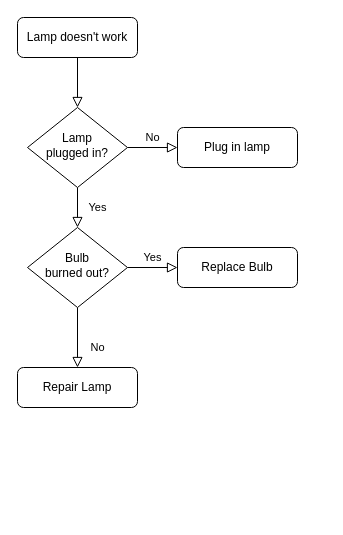
The draw.io diagram diagram/flow.drawio in huhu6608/3Paths_UPS, before the edit. Source tidied: cells renumbered, new cells numbered last; positions are measured from the earlier drawing's top-left corner, leaving out a move shared by most shapes. Both pictures are drawn from the tidied source at 100%, with x=0, y=0 at pixel (17, 17).
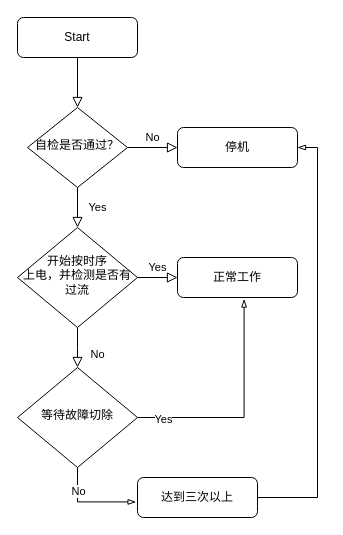
After the change.

What changed in the source:
```diff
@@
-    <mxCell id="3" value="Lamp doesn't work" style="rounded=1;whiteSpace=wrap;html=1;fontSize=12;glass=0;strokeWidth=1;shadow=0;" parent="1" vertex="1">
+    <mxCell id="3" value="Start" style="rounded=1;whiteSpace=wrap;html=1;fontSize=12;glass=0;strokeWidth=1;shadow=0;" parent="1" vertex="1">
       <mxGeometry width="120" height="40" as="geometry" />
     </mxCell>
@@
-    <mxCell id="6" value="Lamp&lt;br&gt;plugged in?" style="rhombus;whiteSpace=wrap;html=1;shadow=0;fontFamily=Helvetica;fontSize=12;align=center;strokeWidth=1;spacing=6;spacingTop=-4;" parent="1" vertex="1">
+    <mxCell id="6" value="&lt;font style=&quot;font-size: 12px&quot;&gt;自检是否通过？&lt;/font&gt;" style="rhombus;whiteSpace=wrap;html=1;shadow=0;fontFamily=Helvetica;fontSize=12;align=center;strokeWidth=1;spacing=6;spacingTop=-4;" parent="1" vertex="1">
       <mxGeometry x="10" y="90" width="100" height="80" as="geometry" />
     </mxCell>
-    <mxCell id="7" value="Plug in lamp" style="rounded=1;whiteSpace=wrap;html=1;fontSize=12;glass=0;strokeWidth=1;shadow=0;" parent="1" vertex="1">
+    <mxCell id="7" value="停机" style="rounded=1;whiteSpace=wrap;html=1;fontSize=12;glass=0;strokeWidth=1;shadow=0;" parent="1" vertex="1">
       <mxGeometry x="160" y="110" width="120" height="40" as="geometry" />
     </mxCell>
-    <mxCell id="8" value="No" style="rounded=0;html=1;jettySize=auto;fontSize=11;endArrow=block;endFill=0;endSize=8;strokeWidth=1;shadow=0;labelBackgroundColor=none;edgeStyle=orthogonalEdgeStyle;" parent="1" edge="1" source="10" target="11">
-      <mxGeometry x="0.33" y="20" relative="1" as="geometry" />
+    <mxCell id="8" value="No" style="rounded=0;html=1;jettySize=auto;fontSize=11;endArrow=block;endFill=0;endSize=8;strokeWidth=1;shadow=0;labelBackgroundColor=none;edgeStyle=orthogonalEdgeStyle;" parent="1" edge="1" source="10">
+      <mxGeometry x="0.33" y="20" relative="1" as="geometry">
+        <mxPoint x="60" y="350" as="targetPoint" />
+      </mxGeometry>
     </mxCell>
@@
-    <mxCell id="10" value="Bulb&lt;br&gt;burned out?" style="rhombus;whiteSpace=wrap;html=1;shadow=0;fontFamily=Helvetica;fontSize=12;align=center;strokeWidth=1;spacing=6;spacingTop=-4;" parent="1" vertex="1">
-      <mxGeometry x="10" y="210" width="100" height="80" as="geometry" />
+    <mxCell id="10" value="开始按时序&lt;br&gt;上电，并检测是否有过流" style="rhombus;whiteSpace=wrap;html=1;shadow=0;fontFamily=Helvetica;fontSize=12;align=center;strokeWidth=1;spacing=6;spacingTop=-4;" parent="1" vertex="1">
+      <mxGeometry y="210" width="120" height="100" as="geometry" />
     </mxCell>
-    <mxCell id="11" value="Repair Lamp" style="rounded=1;whiteSpace=wrap;html=1;fontSize=12;glass=0;strokeWidth=1;shadow=0;" parent="1" vertex="1">
-      <mxGeometry y="350" width="120" height="40" as="geometry" />
-    </mxCell>
-    <mxCell id="12" value="Replace Bulb" style="rounded=1;whiteSpace=wrap;html=1;fontSize=12;glass=0;strokeWidth=1;shadow=0;" parent="1" vertex="1">
-      <mxGeometry x="160" y="230" width="120" height="40" as="geometry" />
+    <mxCell id="12" value="正常工作" style="rounded=1;whiteSpace=wrap;html=1;fontSize=12;glass=0;strokeWidth=1;shadow=0;" parent="1" vertex="1">
+      <mxGeometry x="160" y="240" width="120" height="40" as="geometry" />
     </mxCell>
+    <mxCell id="13" style="edgeStyle=orthogonalEdgeStyle;rounded=0;jettySize=auto;html=1;entryX=0.555;entryY=1.039;entryDx=0;entryDy=0;entryPerimeter=0;endArrow=blockThin;endFill=0;" parent="1" edge="1" source="17" target="12">
+      <mxGeometry relative="1" as="geometry" />
+    </mxCell>
+    <mxCell id="14" value="Yes" style="edgeLabel;html=1;align=center;verticalAlign=middle;" parent="13" vertex="1">
+      <mxGeometry x="-0.78" y="-1" relative="1" as="geometry" />
+    </mxCell>
+    <mxCell id="15" style="edgeStyle=orthogonalEdgeStyle;rounded=0;jettySize=auto;html=1;exitX=0.5;exitY=1;exitDx=0;exitDy=0;entryX=-0.012;entryY=0.611;entryDx=0;entryDy=0;entryPerimeter=0;endArrow=blockThin;endFill=0;" parent="1" edge="1" source="17" target="19">
+      <mxGeometry relative="1" as="geometry">
+        <Array as="points">
+          <mxPoint x="60" y="484" />
+          <mxPoint x="119" y="484" />
+        </Array>
+      </mxGeometry>
+    </mxCell>
+    <mxCell id="16" value="No" style="edgeLabel;html=1;align=center;verticalAlign=middle;" parent="15" vertex="1">
+      <mxGeometry x="-0.51" relative="1" as="geometry" />
+    </mxCell>
+    <mxCell id="17" value="等待故障切除" style="rhombus;whiteSpace=wrap;html=1;shadow=0;fontFamily=Helvetica;fontSize=12;align=center;strokeWidth=1;spacing=6;spacingTop=-4;" parent="1" vertex="1">
+      <mxGeometry y="350" width="120" height="100" as="geometry" />
+    </mxCell>
+    <mxCell id="18" style="edgeStyle=orthogonalEdgeStyle;rounded=0;jettySize=auto;html=1;entryX=1;entryY=0.5;entryDx=0;entryDy=0;endArrow=blockThin;endFill=0;" parent="1" edge="1" source="19" target="7">
+      <mxGeometry relative="1" as="geometry">
+        <Array as="points">
+          <mxPoint x="300" y="480" />
+          <mxPoint x="300" y="130" />
+        </Array>
+      </mxGeometry>
+    </mxCell>
+    <mxCell id="19" value="达到三次以上" style="rounded=1;whiteSpace=wrap;html=1;fontSize=12;glass=0;strokeWidth=1;shadow=0;" parent="1" vertex="1">
+      <mxGeometry x="120" y="460" width="120" height="40" as="geometry" />
+    </mxCell>
```
